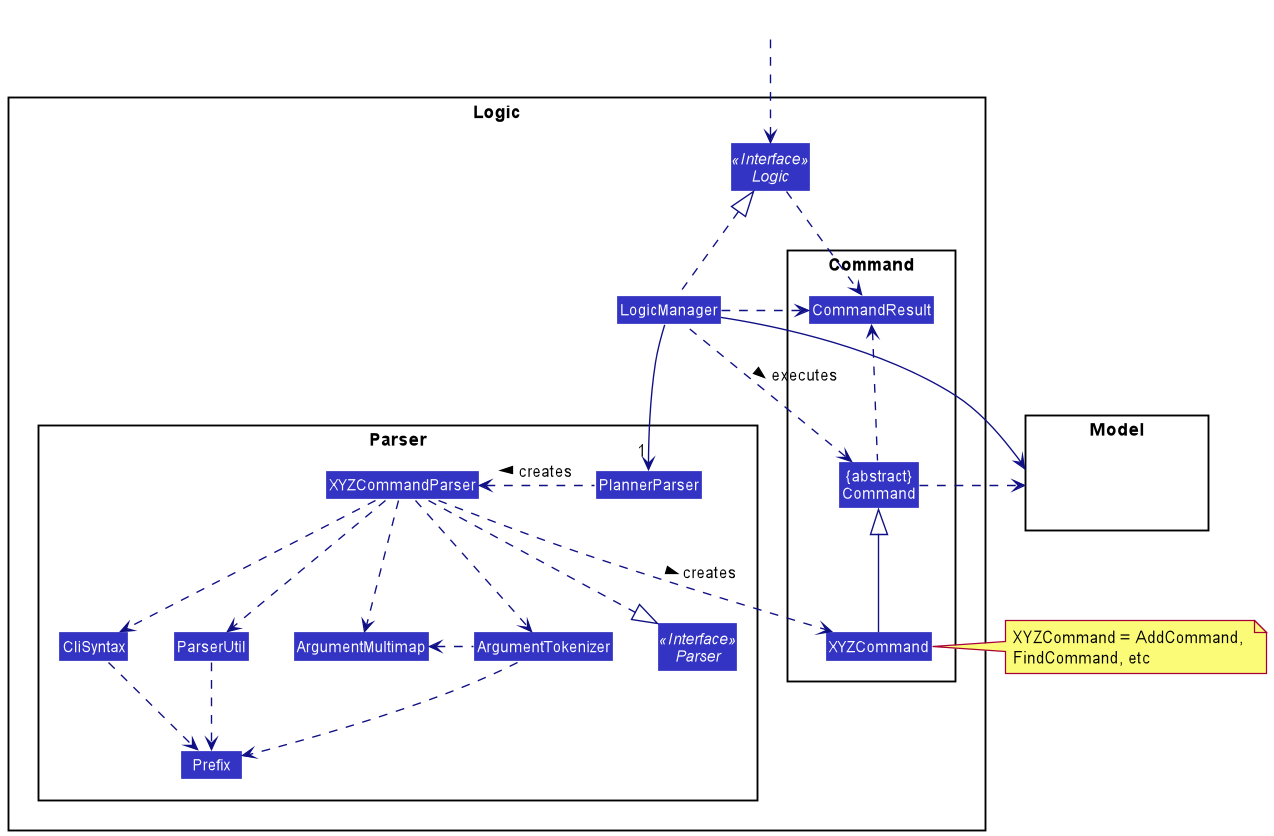
The PlantUML diagram docs/images/LogicClassDiagram.png in nus-cs2103-AY2021S2/tp, before a commit.
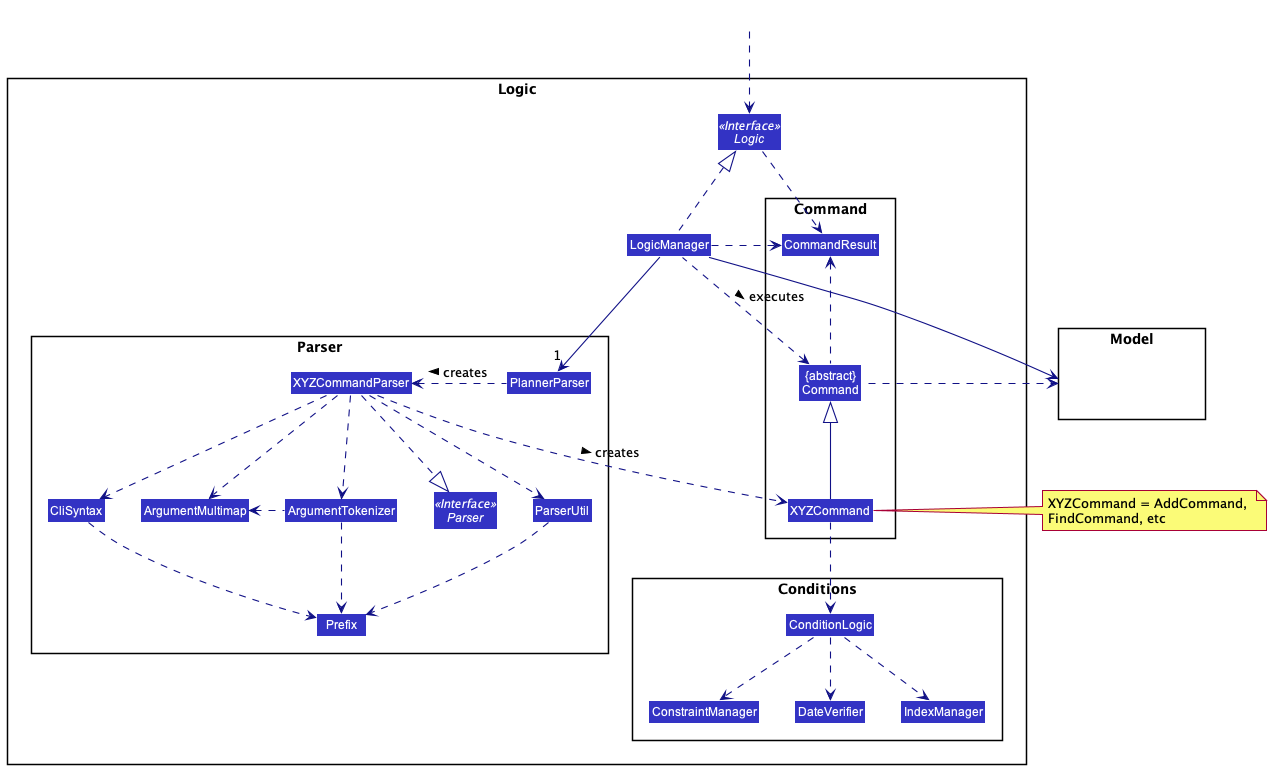
Above is the later version.

Diff of the diagram source:
```diff
@@ -21,6 +21,13 @@
 Class XYZCommand
 Class CommandResult
 Class "{abstract}\nCommand" as Command
+}
+
+package Conditions {
+Class ConditionLogic
+Class ConstraintManager
+Class DateVerifier
+Class IndexManager
 }
 
 Interface Logic <<Interface>>
@@ -49,14 +56,20 @@
 ParserUtil .down.> Prefix
 ArgumentTokenizer .down.> Prefix
 XYZCommand -up-|> Command
+note left of XYZCommand: XYZCommand = AddCommand, \nFindCommand, etc
 LogicManager .left.> Command : executes >
 
+XYZCommand ..> ConditionLogic
+ConditionLogic ..> DateVerifier
+ConditionLogic ..> IndexManager
+ConditionLogic ..> ConstraintManager
+
 LogicManager --> Model
-Command .right.> Model
-note right of XYZCommand: XYZCommand = AddCommand, \nFindCommand, etc
+Command .left.> Model
 
 Logic ..> CommandResult
 LogicManager .down.> CommandResult
 Command .up.> CommandResult
-CommandResult -[hidden]-> Parser
+
+PlannerParser -[hidden]->LogicManager
 @enduml
```
